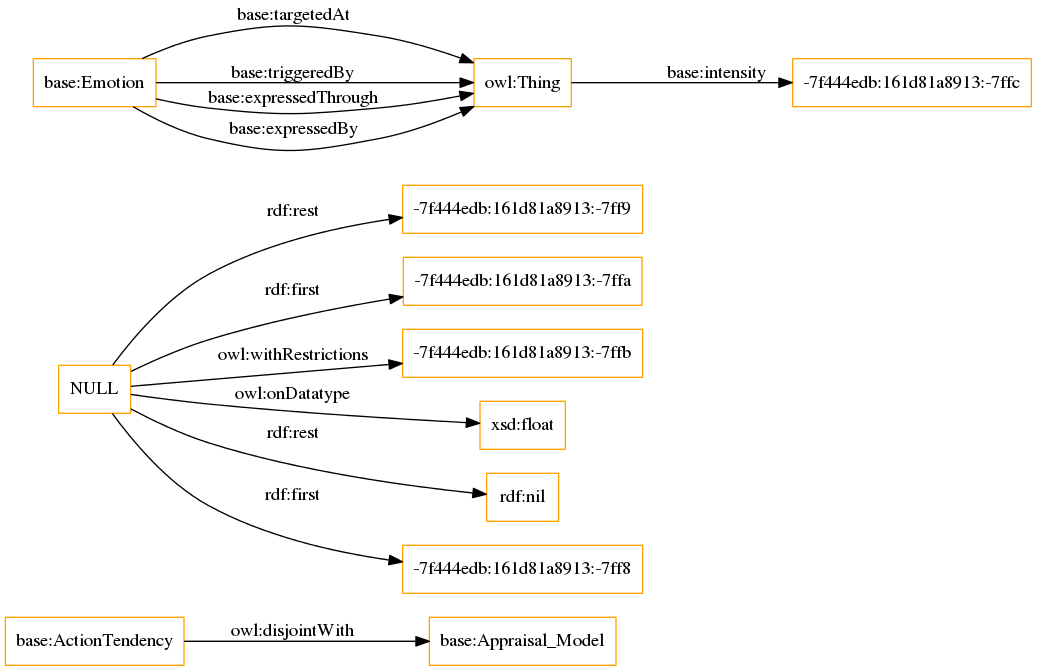
rana-othman/Huam-Affective-States-and-their-influences-Ontology-HASIO keeps this Graphviz diagram as OnToology/HEO.owl/diagrams/ar2dtool-class/HEO.owl.png. Above is the earlier version. Its source is kept beside it as OnToology/HEO.owl/diagrams/ar2dtool-class/HEO.owl.png.dot.
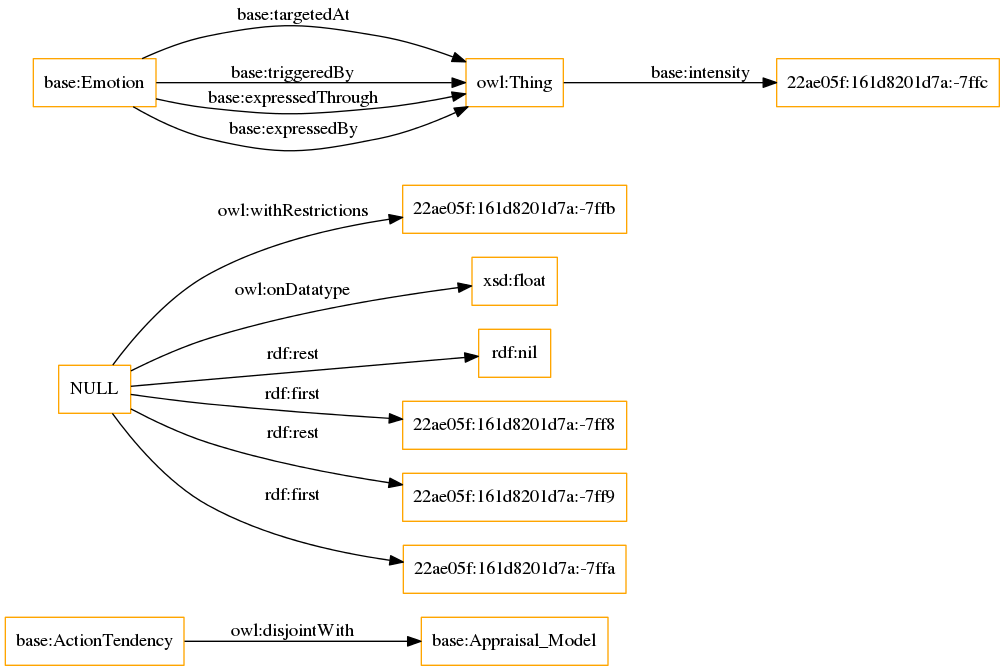
Later version of the same file.

The edit, as a diff of the source:
```diff
@@ -3,14 +3,14 @@
 size="1501"
 node [shape = rectangle, color="orange"]; "base:ActionTendency" "base:Appraisal_Model" ; /*classes style*/
 	"base:ActionTendency" -> "base:Appraisal_Model" [ label = "owl:disjointWith" ];
-	"NULL" -> "-7f444edb:161d81a8913:-7ff9" [ label = "rdf:rest" ];
-	"NULL" -> "-7f444edb:161d81a8913:-7ffa" [ label = "rdf:first" ];
-	"NULL" -> "-7f444edb:161d81a8913:-7ffb" [ label = "owl:withRestrictions" ];
+	"NULL" -> "22ae05f:161d8201d7a:-7ffb" [ label = "owl:withRestrictions" ];
 	"NULL" -> "xsd:float" [ label = "owl:onDatatype" ];
 	"NULL" -> "rdf:nil" [ label = "rdf:rest" ];
-	"NULL" -> "-7f444edb:161d81a8913:-7ff8" [ label = "rdf:first" ];
+	"NULL" -> "22ae05f:161d8201d7a:-7ff8" [ label = "rdf:first" ];
+	"NULL" -> "22ae05f:161d8201d7a:-7ff9" [ label = "rdf:rest" ];
+	"NULL" -> "22ae05f:161d8201d7a:-7ffa" [ label = "rdf:first" ];
 	"base:Emotion" -> "owl:Thing" [ label = "base:targetedAt" ];
-	"owl:Thing" -> "-7f444edb:161d81a8913:-7ffc" [ label = "base:intensity" ];
+	"owl:Thing" -> "22ae05f:161d8201d7a:-7ffc" [ label = "base:intensity" ];
 	"base:Emotion" -> "owl:Thing" [ label = "base:triggeredBy" ];
 	"base:Emotion" -> "owl:Thing" [ label = "base:expressedThrough" ];
 	"base:Emotion" -> "owl:Thing" [ label = "base:expressedBy" ];
```
